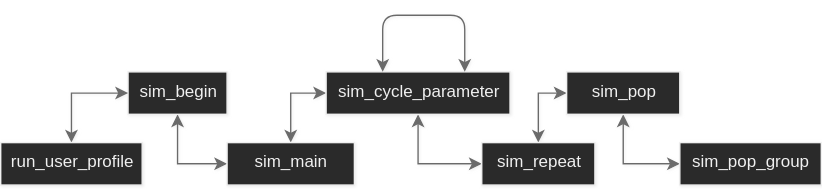
Above: Docs/SimStructureChart.svg in khvorov45/VESimulation (draw.io), before the change. Source tidied: cells renumbered, new cells last; positions are measured from the earlier drawing's top-left corner, leaving out a move shared by most shapes. Its diagram source:
```xml
<mxGraphModel shadow="1">
  <root>
    <mxCell id="0" />
    <mxCell id="1" parent="0" />
    <mxCell id="2" style="edgeStyle=orthogonalEdgeStyle;rounded=0;html=1;jettySize=auto;entryX=0;entryY=0.5;entryDx=0;entryDy=0;startArrow=classic;startFill=1;strokeColor=#6B6B6B;" parent="1" edge="1" source="3" target="5">
      <mxGeometry relative="1" as="geometry" />
    </mxCell>
    <mxCell id="3" value="sim_begin" style="rounded=0;whiteSpace=wrap;html=1;" parent="1" vertex="1">
      <mxGeometry x="90" y="40" width="70" height="30" as="geometry" />
    </mxCell>
    <mxCell id="4" style="edgeStyle=orthogonalEdgeStyle;rounded=0;html=1;exitX=0.5;exitY=0;exitDx=0;exitDy=0;entryX=0;entryY=0.5;entryDx=0;entryDy=0;jettySize=auto;startArrow=classic;startFill=1;strokeColor=#6B6B6B;" parent="1" edge="1" source="5" target="7">
      <mxGeometry relative="1" as="geometry" />
    </mxCell>
    <mxCell id="5" value="sim_main" style="rounded=0;whiteSpace=wrap;html=1;" parent="1" vertex="1">
      <mxGeometry x="160" y="90" width="90" height="30" as="geometry" />
    </mxCell>
    <mxCell id="6" style="edgeStyle=orthogonalEdgeStyle;rounded=0;html=1;entryX=0;entryY=0.5;entryDx=0;entryDy=0;jettySize=auto;startArrow=classic;startFill=1;strokeColor=#6B6B6B;" parent="1" edge="1" source="7" target="9">
      <mxGeometry relative="1" as="geometry" />
    </mxCell>
    <mxCell id="7" value="sim_cycle_parameter" style="rounded=0;whiteSpace=wrap;html=1;" parent="1" vertex="1">
      <mxGeometry x="230" y="40" width="130" height="30" as="geometry" />
    </mxCell>
    <mxCell id="8" style="edgeStyle=orthogonalEdgeStyle;rounded=0;html=1;entryX=0;entryY=0.5;entryDx=0;entryDy=0;jettySize=auto;startArrow=classic;startFill=1;strokeColor=#6B6B6B;" parent="1" edge="1" source="9" target="11">
      <mxGeometry relative="1" as="geometry" />
    </mxCell>
    <mxCell id="9" value="sim_repeat" style="rounded=0;whiteSpace=wrap;html=1;" parent="1" vertex="1">
      <mxGeometry x="340" y="90" width="80" height="30" as="geometry" />
    </mxCell>
    <mxCell id="10" style="edgeStyle=orthogonalEdgeStyle;rounded=0;html=1;entryX=0;entryY=0.5;entryDx=0;entryDy=0;jettySize=auto;startArrow=classic;startFill=1;strokeColor=#6B6B6B;" parent="1" edge="1" source="11" target="12">
      <mxGeometry relative="1" as="geometry" />
    </mxCell>
    <mxCell id="11" value="&lt;div&gt;sim_pop&lt;/div&gt;" style="rounded=0;whiteSpace=wrap;html=1;" parent="1" vertex="1">
      <mxGeometry x="400" y="40" width="80" height="30" as="geometry" />
    </mxCell>
    <mxCell id="12" value="sim_pop_group" style="rounded=0;whiteSpace=wrap;html=1;" parent="1" vertex="1">
      <mxGeometry x="480" y="90" width="100" height="30" as="geometry" />
    </mxCell>
    <mxCell id="13" style="endArrow=classic;startArrow=classic;html=1;entryX=0.75;entryY=0;entryDx=0;entryDy=0;startFill=1;strokeColor=#6B6B6B;" parent="1" edge="1" target="7">
      <mxGeometry relative="1" as="geometry">
        <mxPoint x="270" y="40" as="sourcePoint" />
        <Array as="points">
          <mxPoint x="270" />
          <mxPoint x="328" />
        </Array>
      </mxGeometry>
    </mxCell>
    <mxCell id="14" style="edgeStyle=orthogonalEdgeStyle;rounded=0;html=1;entryX=0;entryY=0.5;entryDx=0;entryDy=0;jettySize=auto;startArrow=classic;startFill=1;strokeColor=#6B6B6B;" parent="1" edge="1" source="15" target="3">
      <mxGeometry relative="1" as="geometry" />
    </mxCell>
    <mxCell id="15" value="run_user_profile" style="rounded=0;whiteSpace=wrap;html=1;" parent="1" vertex="1">
      <mxGeometry y="90" width="100" height="30" as="geometry" />
    </mxCell>
  </root>
</mxGraphModel>
```
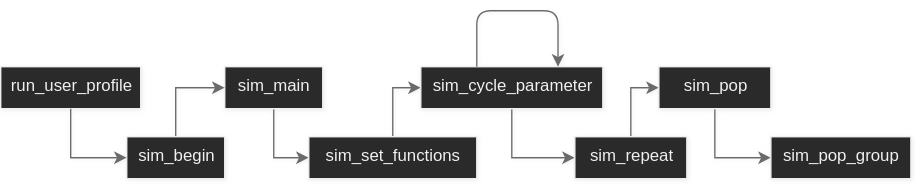
Later version of the same file.

Change to the diagram source:
```diff
@@ -2,31 +2,31 @@
   <root>
     <mxCell id="0" />
     <mxCell id="1" parent="0" />
-    <mxCell id="2" style="edgeStyle=orthogonalEdgeStyle;rounded=0;html=1;jettySize=auto;entryX=0;entryY=0.5;entryDx=0;entryDy=0;startArrow=classic;startFill=1;strokeColor=#6B6B6B;" parent="1" edge="1" source="3" target="5">
+    <mxCell id="2" style="edgeStyle=orthogonalEdgeStyle;rounded=0;html=1;jettySize=auto;startArrow=classic;startFill=1;strokeColor=#6B6B6B;endArrow=none;endFill=0;exitX=0;exitY=0.5;exitDx=0;exitDy=0;" parent="1" edge="1" source="5" target="3">
       <mxGeometry relative="1" as="geometry" />
     </mxCell>
-    <mxCell id="3" value="sim_begin" style="rounded=0;whiteSpace=wrap;html=1;" parent="1" vertex="1">
+    <mxCell id="3" value="sim_main" style="rounded=0;whiteSpace=wrap;html=1;" parent="1" vertex="1">
       <mxGeometry x="90" y="40" width="70" height="30" as="geometry" />
     </mxCell>
-    <mxCell id="4" style="edgeStyle=orthogonalEdgeStyle;rounded=0;html=1;exitX=0.5;exitY=0;exitDx=0;exitDy=0;entryX=0;entryY=0.5;entryDx=0;entryDy=0;jettySize=auto;startArrow=classic;startFill=1;strokeColor=#6B6B6B;" parent="1" edge="1" source="5" target="7">
+    <mxCell id="4" style="edgeStyle=orthogonalEdgeStyle;rounded=0;html=1;exitX=0;exitY=0.5;exitDx=0;exitDy=0;entryX=0.5;entryY=0;entryDx=0;entryDy=0;jettySize=auto;startArrow=classic;startFill=1;strokeColor=#6B6B6B;endArrow=none;endFill=0;" parent="1" edge="1" source="7" target="5">
       <mxGeometry relative="1" as="geometry" />
     </mxCell>
-    <mxCell id="5" value="sim_main" style="rounded=0;whiteSpace=wrap;html=1;" parent="1" vertex="1">
-      <mxGeometry x="160" y="90" width="90" height="30" as="geometry" />
+    <mxCell id="5" value="&lt;div&gt;sim_set_functions&lt;/div&gt;" style="rounded=0;whiteSpace=wrap;html=1;" parent="1" vertex="1">
+      <mxGeometry x="150" y="90" width="120" height="30" as="geometry" />
     </mxCell>
-    <mxCell id="6" style="edgeStyle=orthogonalEdgeStyle;rounded=0;html=1;entryX=0;entryY=0.5;entryDx=0;entryDy=0;jettySize=auto;startArrow=classic;startFill=1;strokeColor=#6B6B6B;" parent="1" edge="1" source="7" target="9">
+    <mxCell id="6" style="edgeStyle=orthogonalEdgeStyle;rounded=0;html=1;jettySize=auto;startArrow=classic;startFill=1;strokeColor=#6B6B6B;endArrow=none;endFill=0;exitX=0;exitY=0.5;exitDx=0;exitDy=0;" parent="1" edge="1" source="9" target="7">
       <mxGeometry relative="1" as="geometry" />
     </mxCell>
     <mxCell id="7" value="sim_cycle_parameter" style="rounded=0;whiteSpace=wrap;html=1;" parent="1" vertex="1">
       <mxGeometry x="230" y="40" width="130" height="30" as="geometry" />
     </mxCell>
-    <mxCell id="8" style="edgeStyle=orthogonalEdgeStyle;rounded=0;html=1;entryX=0;entryY=0.5;entryDx=0;entryDy=0;jettySize=auto;startArrow=classic;startFill=1;strokeColor=#6B6B6B;" parent="1" edge="1" source="9" target="11">
+    <mxCell id="8" style="edgeStyle=orthogonalEdgeStyle;rounded=0;html=1;jettySize=auto;startArrow=classic;startFill=1;strokeColor=#6B6B6B;endArrow=none;endFill=0;exitX=0;exitY=0.5;exitDx=0;exitDy=0;" parent="1" edge="1" source="11" target="9">
       <mxGeometry relative="1" as="geometry" />
     </mxCell>
     <mxCell id="9" value="sim_repeat" style="rounded=0;whiteSpace=wrap;html=1;" parent="1" vertex="1">
       <mxGeometry x="340" y="90" width="80" height="30" as="geometry" />
     </mxCell>
-    <mxCell id="10" style="edgeStyle=orthogonalEdgeStyle;rounded=0;html=1;entryX=0;entryY=0.5;entryDx=0;entryDy=0;jettySize=auto;startArrow=classic;startFill=1;strokeColor=#6B6B6B;" parent="1" edge="1" source="11" target="12">
+    <mxCell id="10" style="edgeStyle=orthogonalEdgeStyle;rounded=0;html=1;jettySize=auto;startArrow=classic;startFill=1;strokeColor=#6B6B6B;endArrow=none;endFill=0;exitX=0;exitY=0.5;exitDx=0;exitDy=0;" parent="1" edge="1" source="12" target="11">
       <mxGeometry relative="1" as="geometry" />
     </mxCell>
     <mxCell id="11" value="&lt;div&gt;sim_pop&lt;/div&gt;" style="rounded=0;whiteSpace=wrap;html=1;" parent="1" vertex="1">
@@ -35,20 +35,26 @@
     <mxCell id="12" value="sim_pop_group" style="rounded=0;whiteSpace=wrap;html=1;" parent="1" vertex="1">
       <mxGeometry x="480" y="90" width="100" height="30" as="geometry" />
     </mxCell>
-    <mxCell id="13" style="endArrow=classic;startArrow=classic;html=1;entryX=0.75;entryY=0;entryDx=0;entryDy=0;startFill=1;strokeColor=#6B6B6B;" parent="1" edge="1" target="7">
+    <mxCell id="13" style="endArrow=none;startArrow=classic;html=1;entryX=0.75;entryY=0;entryDx=0;entryDy=0;startFill=1;strokeColor=#6B6B6B;endFill=0;exitX=0.75;exitY=0;exitDx=0;exitDy=0;" parent="1" edge="1" source="7">
       <mxGeometry relative="1" as="geometry">
-        <mxPoint x="270" y="40" as="sourcePoint" />
+        <mxPoint x="270" y="40" as="targetPoint" />
         <Array as="points">
+          <mxPoint x="328" />
           <mxPoint x="270" />
-          <mxPoint x="328" />
         </Array>
       </mxGeometry>
     </mxCell>
-    <mxCell id="14" style="edgeStyle=orthogonalEdgeStyle;rounded=0;html=1;entryX=0;entryY=0.5;entryDx=0;entryDy=0;jettySize=auto;startArrow=classic;startFill=1;strokeColor=#6B6B6B;" parent="1" edge="1" source="15" target="3">
+    <mxCell id="14" style="edgeStyle=orthogonalEdgeStyle;rounded=0;html=1;jettySize=auto;startArrow=classic;startFill=1;strokeColor=#6B6B6B;endArrow=none;endFill=0;exitX=0;exitY=0.5;exitDx=0;exitDy=0;" parent="1" edge="1" source="3" target="15">
       <mxGeometry relative="1" as="geometry" />
     </mxCell>
-    <mxCell id="15" value="run_user_profile" style="rounded=0;whiteSpace=wrap;html=1;" parent="1" vertex="1">
-      <mxGeometry y="90" width="100" height="30" as="geometry" />
+    <mxCell id="15" value="sim_begin" style="rounded=0;whiteSpace=wrap;html=1;" parent="1" vertex="1">
+      <mxGeometry x="20" y="90" width="70" height="30" as="geometry" />
     </mxCell>
+    <mxCell id="16" value="run_user_profile" style="rounded=0;whiteSpace=wrap;html=1;" parent="1" vertex="1">
+      <mxGeometry x="-70" y="40" width="100" height="30" as="geometry" />
+    </mxCell>
+    <mxCell id="17" style="edgeStyle=orthogonalEdgeStyle;rounded=0;html=1;entryX=0.5;entryY=1;entryDx=0;entryDy=0;jettySize=auto;startArrow=classic;startFill=1;strokeColor=#6B6B6B;exitX=0;exitY=0.5;exitDx=0;exitDy=0;endArrow=none;endFill=0;" parent="1" edge="1" source="15" target="16">
+      <mxGeometry relative="1" as="geometry" />
+    </mxCell>
   </root>
 </mxGraphModel>
```
